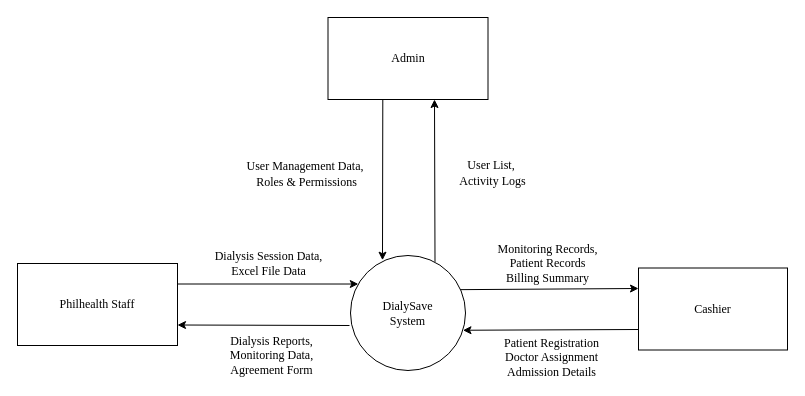
Above: contextDiagram.drawio in ferry-domingo/diagramDialySave (draw.io), before the change. Source tidied: cells renumbered, new cells numbered last; positions are measured from the earlier drawing's top-left corner, leaving out a move shared by most shapes. Both pictures are drawn from the tidied source at 100%, with x=0, y=0 at pixel (17, 17).
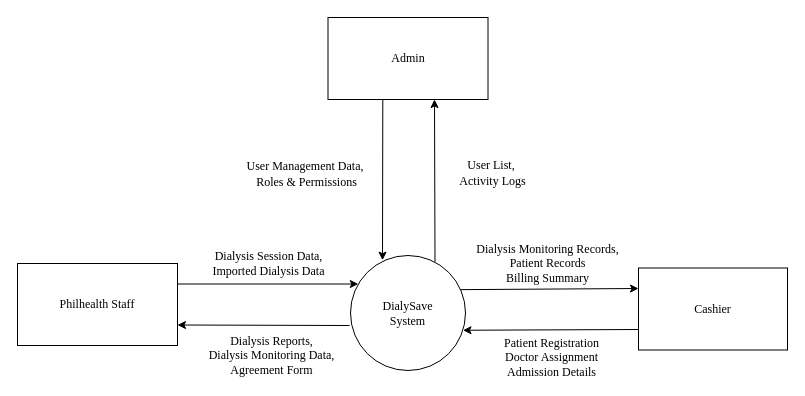
Above is the later version.

Unchanged cells that the change refers to:
```xml
<mxCell id="10" style="endArrow=classic;html=1;rounded=0;fontFamily=Helvetica;fontSize=12;fontColor=default;exitX=1;exitY=0.25;exitDx=0;exitDy=0;entryX=0.068;entryY=0.248;entryDx=0;entryDy=0;entryPerimeter=0;" parent="1" edge="1" source="4" target="5">
  <mxGeometry relative="1" as="geometry" />
</mxCell>
<mxCell id="12" style="endArrow=classic;html=1;rounded=0;fontFamily=Helvetica;fontSize=12;fontColor=default;entryX=1;entryY=0.75;entryDx=0;entryDy=0;" parent="1" edge="1" target="4">
  <mxGeometry relative="1" as="geometry">
    <mxPoint x="332" y="308" as="sourcePoint" />
  </mxGeometry>
</mxCell>
<mxCell id="16" style="edgeStyle=none;rounded=0;jettySize=auto;html=1;exitX=0.955;exitY=0.297;exitDx=0;exitDy=0;entryX=0;entryY=0.25;entryDx=0;entryDy=0;fontFamily=Helvetica;fontSize=12;fontColor=default;exitPerimeter=0;" parent="1" edge="1" source="5" target="3">
  <mxGeometry relative="1" as="geometry" />
</mxCell>
```

What changed in the source:
```diff
@@
-    <mxCell id="11" value="Dialysis Session Data,&lt;div&gt;Excel File Data&lt;/div&gt;" style="edgeLabel;html=1;align=center;verticalAlign=middle;rounded=0;strokeColor=default;fontFamily=Times New Roman;fontSize=12;fontColor=default;fillColor=default;" parent="10" vertex="1">
+    <mxCell id="11" value="Dialysis Session Data,&lt;div&gt;Imported Dialysis Data&lt;/div&gt;" style="edgeLabel;html=1;align=center;verticalAlign=middle;rounded=0;strokeColor=default;fontFamily=Times New Roman;fontSize=12;fontColor=default;fillColor=default;" parent="10" vertex="1">
       <mxGeometry x="0.01" relative="1" as="geometry">
         <mxPoint y="-21" as="offset" />
       </mxGeometry>
     </mxCell>
@@
-    <mxCell id="13" value="&lt;font face=&quot;Times New Roman&quot;&gt;Dialysis Reports,&lt;/font&gt;&lt;div&gt;&lt;font face=&quot;Times New Roman&quot;&gt;Monitoring Data,&lt;/font&gt;&lt;/div&gt;&lt;div&gt;&lt;font face=&quot;Times New Roman&quot;&gt;Agreement Form&lt;/font&gt;&lt;/div&gt;" style="edgeLabel;html=1;align=center;verticalAlign=middle;rounded=0;strokeColor=default;fontFamily=Helvetica;fontSize=12;fontColor=default;fillColor=default;" parent="12" vertex="1">
+    <mxCell id="13" value="&lt;font face=&quot;Times New Roman&quot;&gt;Dialysis Reports,&lt;/font&gt;&lt;div&gt;&lt;font face=&quot;Times New Roman&quot;&gt;Dialysis Monitoring Data,&lt;/font&gt;&lt;/div&gt;&lt;div&gt;&lt;font face=&quot;Times New Roman&quot;&gt;Agreement Form&lt;/font&gt;&lt;/div&gt;" style="edgeLabel;html=1;align=center;verticalAlign=middle;rounded=0;strokeColor=default;fontFamily=Helvetica;fontSize=12;fontColor=default;fillColor=default;" parent="12" vertex="1">
       <mxGeometry x="-0.55" y="-1" relative="1" as="geometry">
         <mxPoint x="-40" y="31" as="offset" />
       </mxGeometry>
     </mxCell>
@@
-    <mxCell id="17" value="&lt;font face=&quot;Times New Roman&quot;&gt;Monitoring Records,&lt;/font&gt;&lt;div&gt;&lt;font face=&quot;Times New Roman&quot;&gt;Patient Records&lt;/font&gt;&lt;/div&gt;&lt;div&gt;&lt;font face=&quot;Times New Roman&quot;&gt;Billing Summary&lt;/font&gt;&lt;/div&gt;" style="edgeLabel;html=1;align=center;verticalAlign=middle;rounded=0;strokeColor=default;fontFamily=Helvetica;fontSize=12;fontColor=default;fillColor=default;" parent="16" vertex="1">
+    <mxCell id="17" value="&lt;font face=&quot;Times New Roman&quot;&gt;Dialysis Monitoring Records,&lt;/font&gt;&lt;div&gt;&lt;font face=&quot;Times New Roman&quot;&gt;Patient Records&lt;/font&gt;&lt;/div&gt;&lt;div&gt;&lt;font face=&quot;Times New Roman&quot;&gt;Billing Summary&lt;/font&gt;&lt;/div&gt;" style="edgeLabel;html=1;align=center;verticalAlign=middle;rounded=0;strokeColor=default;fontFamily=Helvetica;fontSize=12;fontColor=default;fillColor=default;" parent="16" vertex="1">
       <mxGeometry x="-0.25" y="1" relative="1" as="geometry">
         <mxPoint x="20" y="-25" as="offset" />
       </mxGeometry>
     </mxCell>
```
